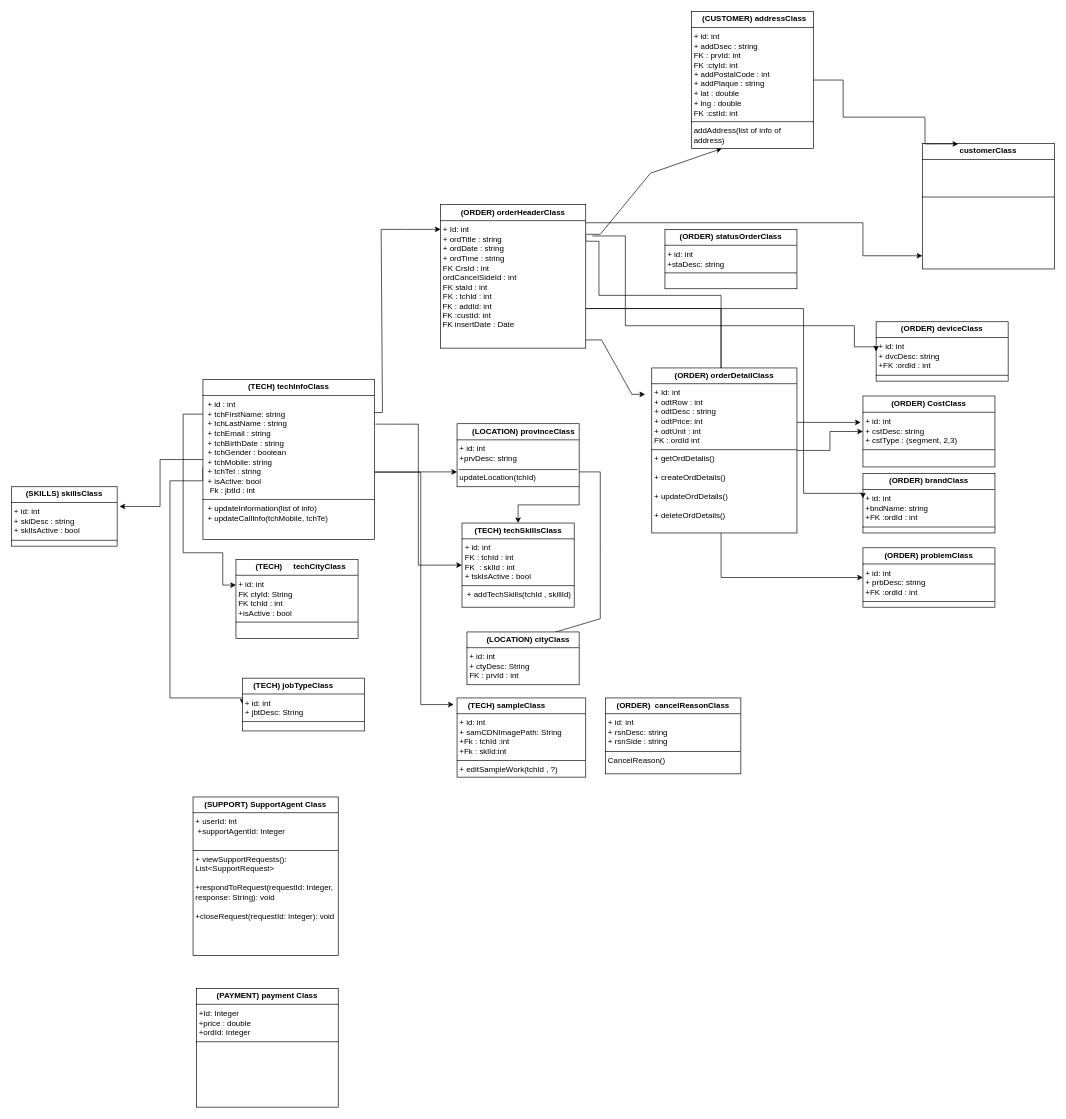
Earlier version of the draw.io diagram tech.drawio (reyhanehSP/pwaTech). Source tidied: cells renumbered, new cells numbered last; positions are measured from the earlier drawing's top-left corner, leaving out a move shared by most shapes. Both pictures are drawn from the tidied source at 66%, with x=0, y=0 at pixel (11, 11).
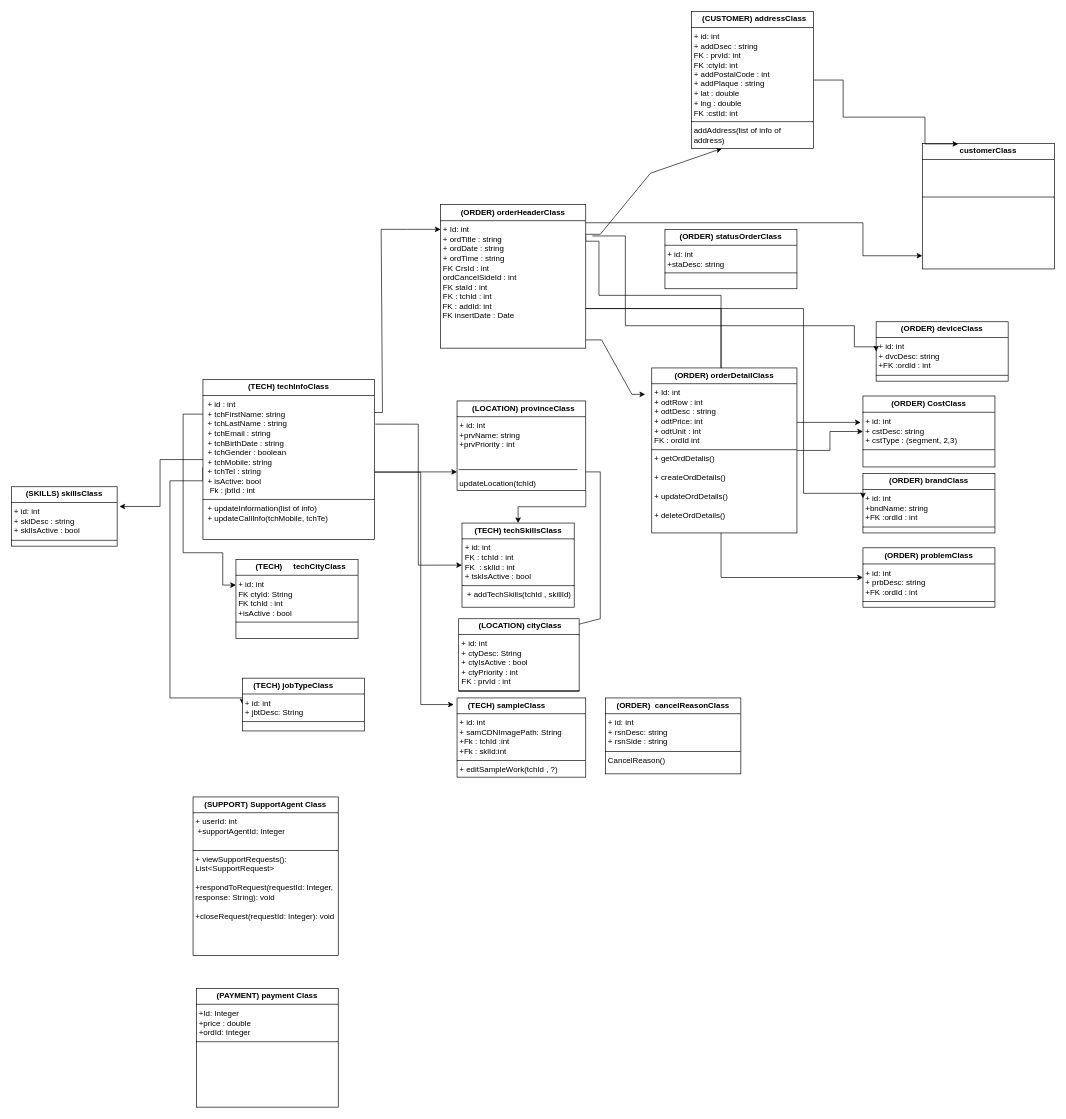
The same page after the edit.

The edit, as a diff of the source:
```diff
@@
-    <mxCell id="12" value="&lt;p style=&quot;margin:0px;margin-top:4px;text-align:center;&quot;&gt;&lt;b&gt;(ORDER)&amp;nbsp;&lt;/b&gt;&lt;b style=&quot;background-color: initial;&quot;&gt;orderHeaderClass&lt;/b&gt;&lt;/p&gt;&lt;hr size=&quot;1&quot; style=&quot;border-style:solid;&quot;&gt;&lt;p style=&quot;margin:0px;margin-left:4px;&quot;&gt;+ Id: int&lt;/p&gt;&lt;p style=&quot;margin:0px;margin-left:4px;&quot;&gt;+ ordTitle : string&lt;/p&gt;&lt;p style=&quot;margin:0px;margin-left:4px;&quot;&gt;+ ordDate : string&lt;br&gt;+ ordTime : string&lt;br&gt;&lt;/p&gt;&lt;p style=&quot;margin:0px;margin-left:4px;&quot;&gt;FK CrsId : int&lt;/p&gt;&lt;p style=&quot;margin:0px;margin-left:4px;&quot;&gt;ordCancelSideId : int&lt;/p&gt;&lt;p style=&quot;margin:0px;margin-left:4px;&quot;&gt;FK staId : int&lt;/p&gt;&lt;p style=&quot;margin:0px;margin-left:4px;&quot;&gt;&lt;span style=&quot;background-color: initial;&quot;&gt;FK : tchId : int&lt;/span&gt;&lt;/p&gt;&amp;nbsp;FK : addId: int&lt;div&gt;&amp;nbsp;FK :custId: int&lt;/div&gt;&lt;div&gt;&amp;nbsp;FK insertDate : Date&lt;br&gt;&lt;br&gt;&lt;p style=&quot;margin:0px;margin-left:4px;&quot;&gt;&lt;br&gt;&lt;br&gt;&lt;/p&gt;&lt;p style=&quot;margin:0px;margin-left:4px;&quot;&gt;&lt;br&gt;&lt;/p&gt;&lt;p style=&quot;margin:0px;margin-left:4px;&quot;&gt;&lt;br&gt;&lt;/p&gt;&lt;p style=&quot;margin:0px;margin-left:4px;&quot;&gt;&amp;nbsp;&lt;/p&gt;&lt;p style=&quot;margin:0px;margin-left:4px;&quot;&gt;&lt;br&gt;&lt;br&gt;&lt;/p&gt;&lt;/div&gt;" style="verticalAlign=top;align=left;overflow=fill;html=1;whiteSpace=wrap;" parent="1" vertex="1">
+    <mxCell id="12" value="&lt;p style=&quot;margin:0px;margin-top:4px;text-align:center;&quot;&gt;&lt;b&gt;(ORDER)&amp;nbsp;&lt;/b&gt;&lt;b style=&quot;background-color: initial;&quot;&gt;orderHeaderClass&lt;/b&gt;&lt;/p&gt;&lt;hr size=&quot;1&quot; style=&quot;border-style:solid;&quot;&gt;&lt;p style=&quot;margin:0px;margin-left:4px;&quot;&gt;+ Id: int&lt;/p&gt;&lt;p style=&quot;margin:0px;margin-left:4px;&quot;&gt;+ ordTitle : string&lt;/p&gt;&lt;p style=&quot;margin:0px;margin-left:4px;&quot;&gt;+ ordDate : string&lt;br&gt;+ ordTime : string&lt;br&gt;&lt;/p&gt;&lt;p style=&quot;margin:0px;margin-left:4px;&quot;&gt;FK CrsId : int&lt;/p&gt;&lt;p style=&quot;margin:0px;margin-left:4px;&quot;&gt;ordCancelSideId : int&lt;/p&gt;&lt;p style=&quot;margin:0px;margin-left:4px;&quot;&gt;FK staId : int&lt;/p&gt;&lt;p style=&quot;margin:0px;margin-left:4px;&quot;&gt;&lt;span style=&quot;background-color: initial;&quot;&gt;FK : tchId : int&lt;/span&gt;&lt;/p&gt;&amp;nbsp;FK : addId: int&lt;div&gt;&amp;nbsp;FK insertDate : Date&lt;br&gt;&lt;br&gt;&lt;p style=&quot;margin:0px;margin-left:4px;&quot;&gt;&lt;br&gt;&lt;br&gt;&lt;/p&gt;&lt;p style=&quot;margin:0px;margin-left:4px;&quot;&gt;&lt;br&gt;&lt;/p&gt;&lt;p style=&quot;margin:0px;margin-left:4px;&quot;&gt;&lt;br&gt;&lt;/p&gt;&lt;p style=&quot;margin:0px;margin-left:4px;&quot;&gt;&amp;nbsp;&lt;/p&gt;&lt;p style=&quot;margin:0px;margin-left:4px;&quot;&gt;&lt;br&gt;&lt;br&gt;&lt;/p&gt;&lt;/div&gt;" style="verticalAlign=top;align=left;overflow=fill;html=1;whiteSpace=wrap;" parent="1" vertex="1">
       <mxGeometry x="650" y="292.5" width="220" height="217.5" as="geometry" />
     </mxCell>
@@
-    <mxCell id="21" value="&lt;p style=&quot;text-align: left; margin: 4px 0px 0px;&quot;&gt;&lt;b style=&quot;background-color: initial;&quot;&gt;&amp;nbsp; &amp;nbsp; &amp;nbsp; &amp;nbsp;(&lt;/b&gt;&lt;b style=&quot;background-color: initial;&quot;&gt;LOCATION&lt;/b&gt;&lt;b style=&quot;background-color: initial;&quot;&gt;) p&lt;/b&gt;&lt;span style=&quot;background-color: initial;&quot;&gt;&lt;b&gt;rovinceC&lt;/b&gt;&lt;/span&gt;&lt;b&gt;lass&lt;/b&gt;&lt;/p&gt;&lt;hr size=&quot;1&quot; style=&quot;border-style:solid;&quot;&gt;&lt;p style=&quot;margin:0px;margin-left:4px;&quot;&gt;+ id: int&lt;/p&gt;&lt;p style=&quot;margin:0px;margin-left:4px;&quot;&gt;+prvDesc: string&lt;br&gt;&lt;br&gt;&lt;/p&gt;&lt;p style=&quot;margin:0px;margin-left:4px;&quot;&gt;updateLocation(tchId)&lt;br&gt;&lt;/p&gt;" style="verticalAlign=top;align=left;overflow=fill;html=1;whiteSpace=wrap;" parent="1" vertex="1">
-      <mxGeometry x="675" y="624.5" width="185" height="95.5" as="geometry" />
+    <mxCell id="21" value="&lt;p style=&quot;text-align: left; margin: 4px 0px 0px;&quot;&gt;&lt;b style=&quot;background-color: initial;&quot;&gt;&amp;nbsp; &amp;nbsp; &amp;nbsp; &amp;nbsp;(&lt;/b&gt;&lt;b style=&quot;background-color: initial;&quot;&gt;LOCATION&lt;/b&gt;&lt;b style=&quot;background-color: initial;&quot;&gt;) p&lt;/b&gt;&lt;span style=&quot;background-color: initial;&quot;&gt;&lt;b&gt;rovinceC&lt;/b&gt;&lt;/span&gt;&lt;b&gt;lass&lt;/b&gt;&lt;/p&gt;&lt;hr size=&quot;1&quot; style=&quot;border-style:solid;&quot;&gt;&lt;p style=&quot;margin:0px;margin-left:4px;&quot;&gt;+ id: int&lt;/p&gt;&lt;p style=&quot;margin:0px;margin-left:4px;&quot;&gt;+prvName: string&lt;/p&gt;&lt;p style=&quot;margin:0px;margin-left:4px;&quot;&gt;+prvPriority : int&lt;/p&gt;&lt;p style=&quot;margin:0px;margin-left:4px;&quot;&gt;&lt;br&gt;&lt;/p&gt;&lt;p style=&quot;margin:0px;margin-left:4px;&quot;&gt;&lt;br&gt;&lt;/p&gt;&lt;p style=&quot;margin:0px;margin-left:4px;&quot;&gt;&lt;br&gt;&lt;/p&gt;&lt;p style=&quot;margin:0px;margin-left:4px;&quot;&gt;updateLocation(tchId)&lt;br&gt;&lt;/p&gt;" style="verticalAlign=top;align=left;overflow=fill;html=1;whiteSpace=wrap;" parent="1" vertex="1">
+      <mxGeometry x="675" y="590" width="195" height="135.5" as="geometry" />
     </mxCell>
-    <mxCell id="22" value="&lt;p style=&quot;text-align: left; margin: 4px 0px 0px;&quot;&gt;&lt;b style=&quot;background-color: initial;&quot;&gt;&amp;nbsp; &amp;nbsp; &amp;nbsp; &amp;nbsp; &amp;nbsp;(LOCATION) cityClass&lt;/b&gt;&lt;/p&gt;&lt;hr size=&quot;1&quot; style=&quot;border-style:solid;&quot;&gt;&lt;p style=&quot;margin:0px;margin-left:4px;&quot;&gt;+ id: int&lt;/p&gt;&lt;p style=&quot;margin:0px;margin-left:4px;&quot;&gt;+ ctyDesc: String&lt;br&gt;FK :&amp;nbsp;&lt;span style=&quot;background-color: initial;&quot;&gt;prvId&lt;/span&gt;&lt;span style=&quot;background-color: initial;&quot;&gt;&amp;nbsp;: int&lt;/span&gt;&lt;/p&gt;&lt;hr size=&quot;1&quot; style=&quot;border-style:solid;&quot;&gt;&lt;p style=&quot;margin:0px;margin-left:4px;&quot;&gt;&lt;br&gt;&lt;/p&gt;" style="verticalAlign=top;align=left;overflow=fill;html=1;whiteSpace=wrap;" parent="1" vertex="1">
-      <mxGeometry x="690" y="940" width="170" height="80" as="geometry" />
+    <mxCell id="22" value="&lt;p style=&quot;text-align: left; margin: 4px 0px 0px;&quot;&gt;&lt;b style=&quot;background-color: initial;&quot;&gt;&amp;nbsp; &amp;nbsp; &amp;nbsp; &amp;nbsp; &amp;nbsp;(LOCATION) cityClass&lt;/b&gt;&lt;/p&gt;&lt;hr size=&quot;1&quot; style=&quot;border-style:solid;&quot;&gt;&lt;p style=&quot;margin:0px;margin-left:4px;&quot;&gt;+ id: int&lt;/p&gt;&lt;p style=&quot;margin:0px;margin-left:4px;&quot;&gt;+ ctyDesc: String&lt;br&gt;+ ctyIsActive : bool&lt;br&gt;+ ctyPriority : int&lt;br&gt;FK :&amp;nbsp;&lt;span style=&quot;background-color: initial;&quot;&gt;prvId&lt;/span&gt;&lt;span style=&quot;background-color: initial;&quot;&gt;&amp;nbsp;: int&lt;/span&gt;&lt;/p&gt;&lt;hr size=&quot;1&quot; style=&quot;border-style:solid;&quot;&gt;&lt;p style=&quot;margin:0px;margin-left:4px;&quot;&gt;&lt;br&gt;&lt;/p&gt;" style="verticalAlign=top;align=left;overflow=fill;html=1;whiteSpace=wrap;" parent="1" vertex="1">
+      <mxGeometry x="677.5" y="920" width="182.5" height="110" as="geometry" />
     </mxCell>
```
